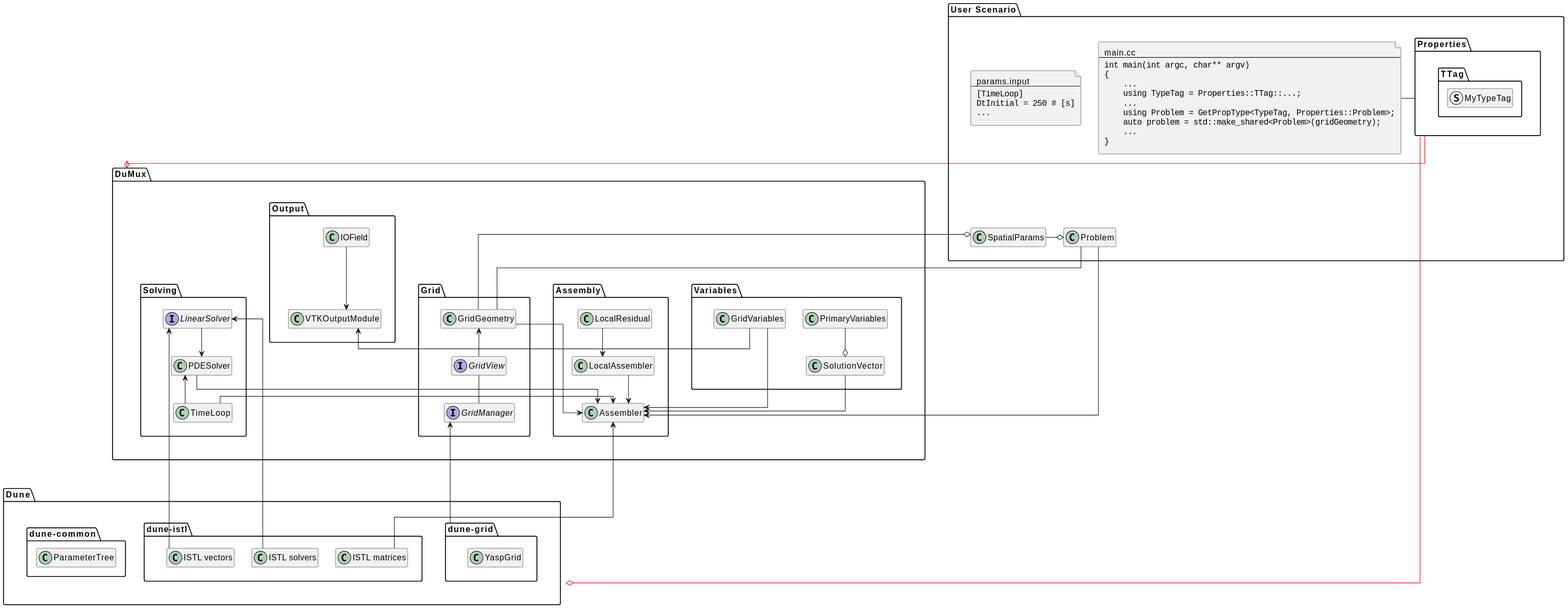
The PlantUML diagram doc/doxygen/puml/hldd.svg in dumux/dumux, before a commit.
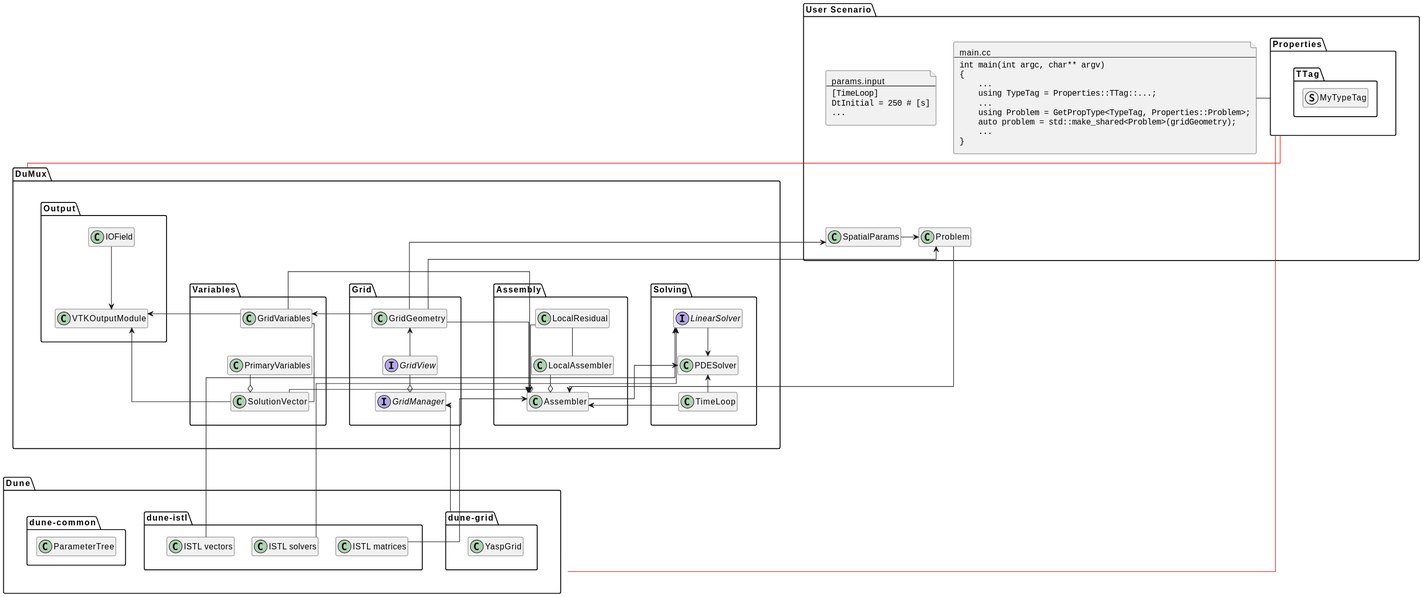
The same file after the commit.

The edit, as a diff of the source:
```diff
@@ -99,25 +99,28 @@
 Assembler <-d- "ISTL matrices"
 LinearSolver <-d- "ISTL vectors"
  "dune-grid" -u--> GridManager
-GridManager -u- GridView
+GridManager o-u- GridView
 GridView -u-> GridGeometry
-GridGeometry -u- Problem
-GridGeometry -u-o SpatialParams
-GridGeometry -[hidden]- GridVariables
+GridGeometry -u-> Problem
+GridGeometry -u-> SpatialParams
+GridGeometry --> GridVariables
 GridGeometry -l-> Assembler
 LinearSolver -d-> PDESolver
-LocalResidual -d-> LocalAssembler
-LocalAssembler -d-> Assembler
+LocalResidual -d- LocalAssembler
+LocalResidual ---o Assembler
+LocalAssembler -d-o Assembler
 GridVariables -l-> VTKOutputModule
+GridVariables --- SolutionVector
 PrimaryVariables -d-o SolutionVector
 IOField --> VTKOutputModule
-Assembler <-- PDESolver
+VTKOutputModule <-- SolutionVector
+Assembler --> PDESolver
 PDESolver <-- TimeLoop
 TimeLoop --> Assembler
 Problem --> Assembler
 SolutionVector --> Assembler
 GridVariables --> Assembler
-SpatialParams -r-o Problem
+SpatialParams -r-> Problem
 main -l- Properties
 "Output" -[hidden]r- "Solving"
 "Solving" -[hidden]r- "Assembly"
@@ -136,7 +139,7 @@
 Properties -[#red,hidden]- VTKOutputModule
 Properties -[#red,hidden]- SpatialParams
 Properties -[#red,hidden] Problem
-"DuMux" o-[#red]- Properties
-"Dune" o-[#red]- Properties
+"DuMux" -[#red]- Properties
+"Dune" -[#red]- Properties
 params -[hidden]d- "Output"
 @enduml
```
